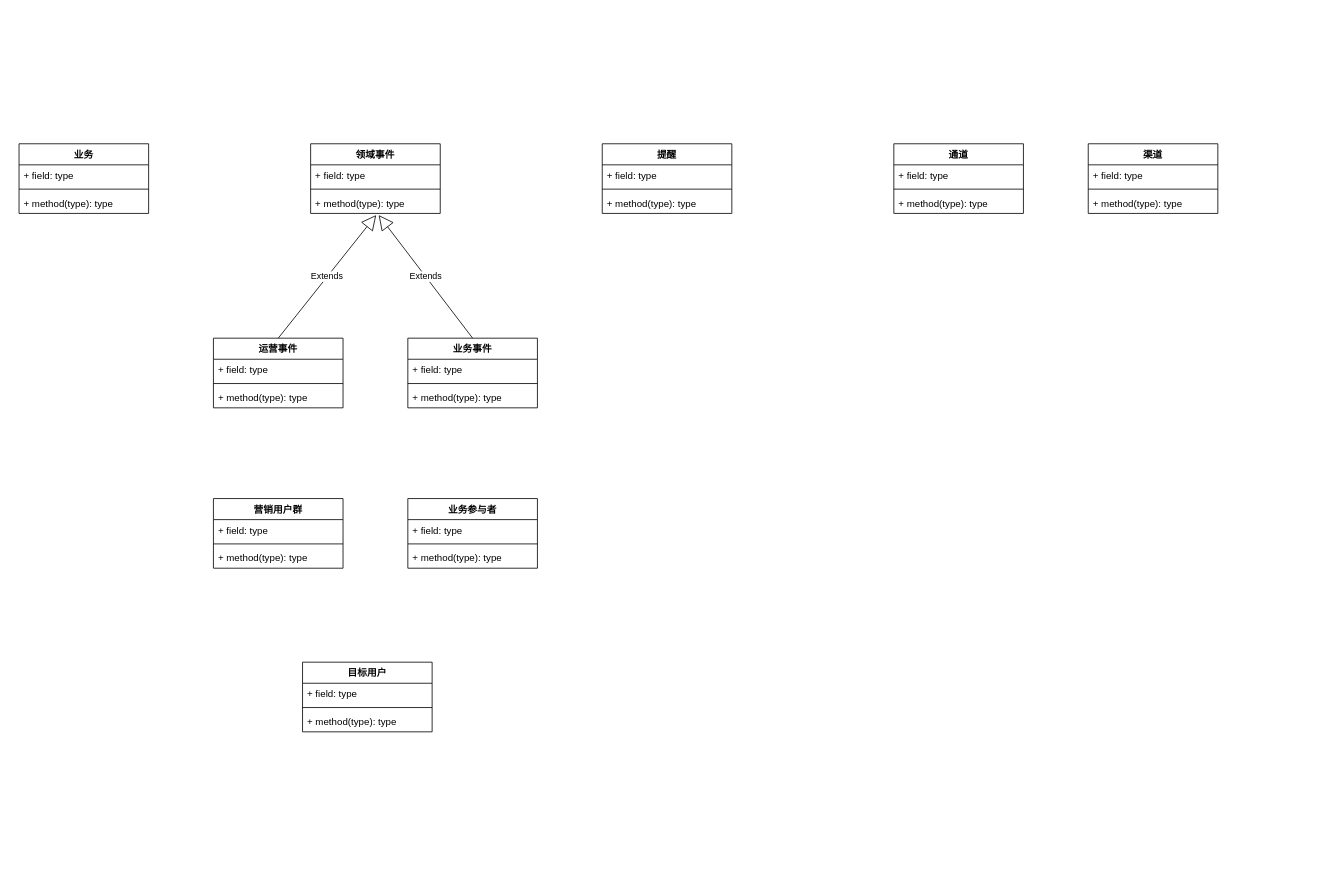
Above: page "Page-2" (2 of 2) of 业务系统/提醒中心.drawio in NonePro/UML (draw.io), before the change. Source tidied: cells renumbered, new cells numbered last; positions are measured from the earlier drawing's top-left corner, leaving out a move shared by most shapes. Both pictures are drawn from the tidied source at 81%, with x=0, y=0 at pixel (19, 143).
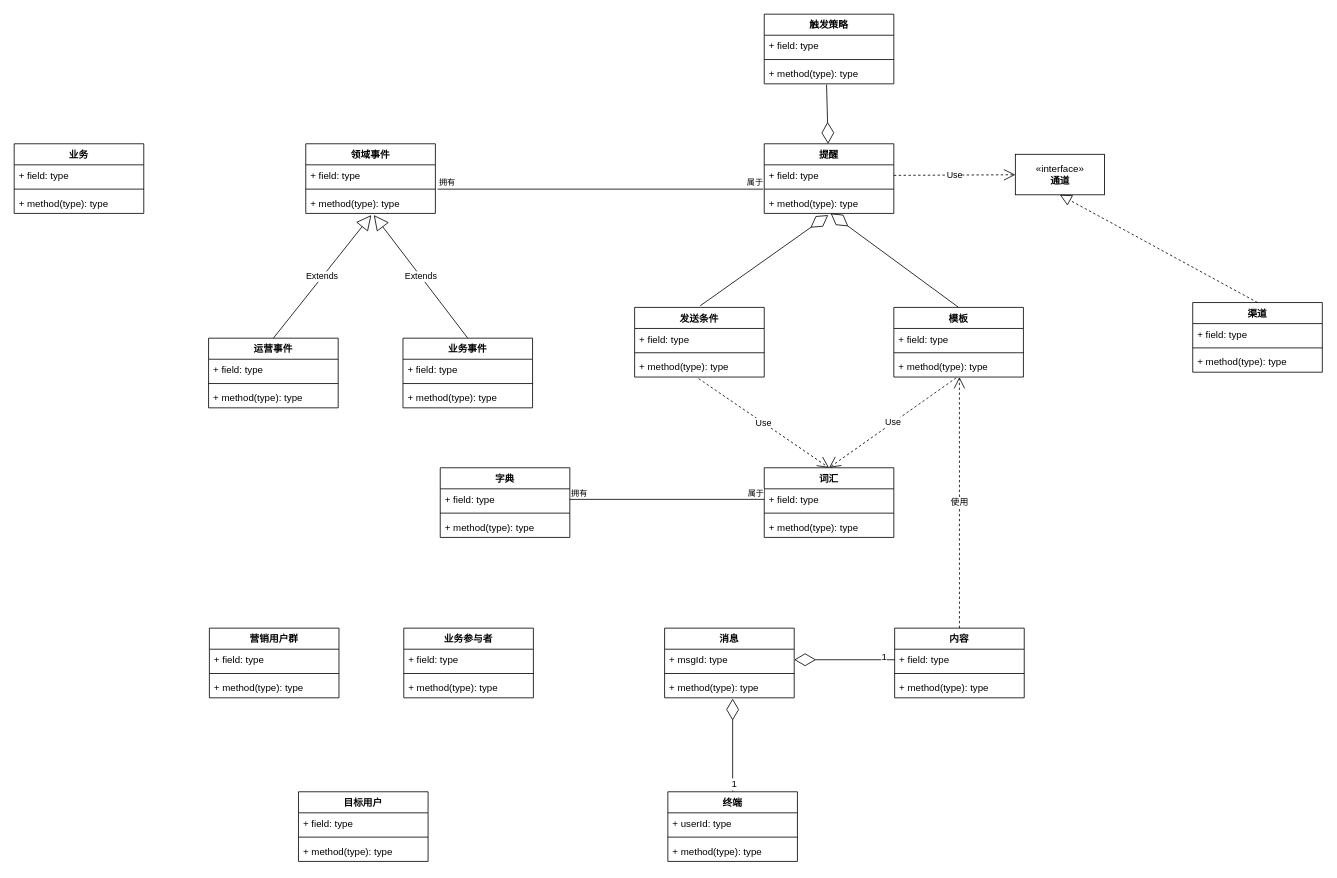
Above is the later version.

Unchanged cells that the change refers to:
```xml
<mxCell id="9" value="+ method(type): type" style="text;strokeColor=none;fillColor=none;align=left;verticalAlign=top;spacingLeft=4;spacingRight=4;overflow=hidden;points=[[0,0.5],[1,0.5]];portConstraint=eastwest;" parent="6" vertex="1">
  <mxGeometry y="60" width="160" height="26" as="geometry" />
</mxCell>
<mxCell id="11" value="+ field: type" style="text;strokeColor=none;fillColor=none;align=left;verticalAlign=top;spacingLeft=4;spacingRight=4;overflow=hidden;points=[[0,0.5],[1,0.5]];portConstraint=eastwest;" parent="10" vertex="1">
  <mxGeometry y="26" width="160" height="26" as="geometry" />
</mxCell>
<mxCell id="12" style="line;strokeWidth=1;fillColor=none;align=left;verticalAlign=middle;spacingTop=-1;spacingLeft=3;spacingRight=3;labelPosition=right;points=[];portConstraint=eastwest;" parent="10" vertex="1">
  <mxGeometry y="52" width="160" height="8" as="geometry" />
</mxCell>
<mxCell id="13" value="+ method(type): type" style="text;strokeColor=none;fillColor=none;align=left;verticalAlign=top;spacingLeft=4;spacingRight=4;overflow=hidden;points=[[0,0.5],[1,0.5]];portConstraint=eastwest;" parent="10" vertex="1">
  <mxGeometry y="60" width="160" height="26" as="geometry" />
</mxCell>
```

Change to the diagram source:
```diff
@@
     <mxCell id="2" value="业务" style="swimlane;fontStyle=1;align=center;verticalAlign=top;horizontal=1;startSize=26;" parent="1" vertex="1">
-      <mxGeometry width="160" height="86" as="geometry" />
+      <mxGeometry x="-6" width="160" height="86" as="geometry" />
     </mxCell>
@@
     <mxCell id="6" value="领域事件" style="swimlane;fontStyle=1;align=center;verticalAlign=top;horizontal=1;startSize=26;" parent="1" vertex="1">
-      <mxGeometry x="360" width="160" height="86" as="geometry" />
+      <mxGeometry x="354" width="160" height="86" as="geometry" />
     </mxCell>
@@
     <mxCell id="10" value="提醒" style="swimlane;fontStyle=1;align=center;verticalAlign=top;horizontal=1;startSize=26;" parent="1" vertex="1">
-      <mxGeometry x="720" width="160" height="86" as="geometry" />
+      <mxGeometry x="920" width="160" height="86" as="geometry" />
     </mxCell>
@@
-    <mxCell id="14" value="通道" style="swimlane;fontStyle=1;align=center;verticalAlign=top;horizontal=1;startSize=26;" parent="1" vertex="1">
-      <mxGeometry x="1080" width="160" height="86" as="geometry" />
-    </mxCell>
-    <mxCell id="15" value="+ field: type" style="text;strokeColor=none;fillColor=none;align=left;verticalAlign=top;spacingLeft=4;spacingRight=4;overflow=hidden;" parent="14" vertex="1">
-      <mxGeometry y="26" width="160" height="26" as="geometry" />
-    </mxCell>
-    <mxCell id="16" style="line;strokeWidth=1;fillColor=none;align=left;verticalAlign=middle;spacingTop=-1;spacingLeft=3;spacingRight=3;labelPosition=right;" parent="14" vertex="1">
-      <mxGeometry y="52" width="160" height="8" as="geometry" />
-    </mxCell>
-    <mxCell id="17" value="+ method(type): type" style="text;strokeColor=none;fillColor=none;align=left;verticalAlign=top;spacingLeft=4;spacingRight=4;overflow=hidden;" parent="14" vertex="1">
-      <mxGeometry y="60" width="160" height="26" as="geometry" />
-    </mxCell>
     <mxCell id="18" value="渠道" style="swimlane;fontStyle=1;align=center;verticalAlign=top;horizontal=1;startSize=26;" parent="1" vertex="1">
-      <mxGeometry x="1320" width="160" height="86" as="geometry" />
+      <mxGeometry x="1449" y="196" width="160" height="86" as="geometry" />
     </mxCell>
@@
     <mxCell id="22" value="运营事件" style="swimlane;fontStyle=1;align=center;verticalAlign=top;horizontal=1;startSize=26;" parent="1" vertex="1">
-      <mxGeometry x="240" y="240" width="160" height="86" as="geometry" />
+      <mxGeometry x="234" y="240" width="160" height="86" as="geometry" />
     </mxCell>
@@
     <mxCell id="27" value="业务事件" style="swimlane;fontStyle=1;align=center;verticalAlign=top;horizontal=1;startSize=26;" parent="1" vertex="1">
-      <mxGeometry x="480" y="240" width="160" height="86" as="geometry" />
+      <mxGeometry x="474" y="240" width="160" height="86" as="geometry" />
     </mxCell>
@@
     <mxCell id="32" value="目标用户" style="swimlane;fontStyle=1;align=center;verticalAlign=top;horizontal=1;startSize=26;" parent="1" vertex="1">
-      <mxGeometry x="350" y="640" width="160" height="86" as="geometry" />
+      <mxGeometry x="345" y="800" width="160" height="86" as="geometry" />
     </mxCell>
@@
     <mxCell id="36" value="营销用户群" style="swimlane;fontStyle=1;align=center;verticalAlign=top;horizontal=1;startSize=26;" parent="1" vertex="1">
-      <mxGeometry x="240" y="438" width="160" height="86" as="geometry" />
+      <mxGeometry x="235" y="598" width="160" height="86" as="geometry" />
     </mxCell>
@@
     <mxCell id="40" value="业务参与者" style="swimlane;fontStyle=1;align=center;verticalAlign=top;horizontal=1;startSize=26;" parent="1" vertex="1">
-      <mxGeometry x="480" y="438" width="160" height="86" as="geometry" />
+      <mxGeometry x="475" y="598" width="160" height="86" as="geometry" />
     </mxCell>
@@
+    <mxCell id="44" style="endArrow=none;html=1;edgeStyle=orthogonalEdgeStyle;exitX=1.017;exitY=-0.154;exitDx=0;exitDy=0;exitPerimeter=0;entryX=-0.008;entryY=0.5;entryDx=0;entryDy=0;entryPerimeter=0;" parent="1" edge="1" source="9" target="12">
+      <mxGeometry relative="1" as="geometry" />
+    </mxCell>
+    <mxCell id="45" value="拥有" style="html=1;align=left;verticalAlign=bottom;labelBackgroundColor=#ffffff;fontSize=10;" parent="44" vertex="1">
+      <mxGeometry x="-1" relative="1" as="geometry" />
+    </mxCell>
+    <mxCell id="46" value="属于" style="html=1;align=right;verticalAlign=bottom;labelBackgroundColor=#ffffff;fontSize=10;" parent="44" vertex="1">
+      <mxGeometry x="1" relative="1" as="geometry" />
+    </mxCell>
+    <mxCell id="47" value="«interface»&lt;br&gt;&lt;b&gt;通道&lt;/b&gt;" style="html=1;" parent="1" vertex="1">
+      <mxGeometry x="1230" y="13" width="110" height="50" as="geometry" />
+    </mxCell>
+    <mxCell id="48" value="Use" style="endArrow=open;endSize=12;dashed=1;html=1;exitX=1;exitY=0.5;exitDx=0;exitDy=0;" parent="1" edge="1" source="11" target="47">
+      <mxGeometry relative="1" as="geometry" />
+    </mxCell>
+    <mxCell id="49" style="endArrow=block;dashed=1;endFill=0;endSize=12;html=1;entryX=0.5;entryY=1;entryDx=0;entryDy=0;exitX=0.5;exitY=0;exitDx=0;exitDy=0;" parent="1" edge="1" source="18" target="47">
+      <mxGeometry relative="1" as="geometry" />
+    </mxCell>
+    <mxCell id="50" value="消息" style="swimlane;fontStyle=1;align=center;verticalAlign=top;horizontal=1;startSize=26;" parent="1" vertex="1">
+      <mxGeometry x="797" y="598" width="160" height="86" as="geometry" />
+    </mxCell>
+    <mxCell id="51" value="+ msgId: type" style="text;strokeColor=none;fillColor=none;align=left;verticalAlign=top;spacingLeft=4;spacingRight=4;overflow=hidden;points=[[0,0.5],[1,0.5]];portConstraint=eastwest;" parent="50" vertex="1">
+      <mxGeometry y="26" width="160" height="26" as="geometry" />
+    </mxCell>
+    <mxCell id="52" style="line;strokeWidth=1;fillColor=none;align=left;verticalAlign=middle;spacingTop=-1;spacingLeft=3;spacingRight=3;labelPosition=right;" parent="50" vertex="1">
+      <mxGeometry y="52" width="160" height="8" as="geometry" />
+    </mxCell>
+    <mxCell id="53" value="+ method(type): type" style="text;strokeColor=none;fillColor=none;align=left;verticalAlign=top;spacingLeft=4;spacingRight=4;overflow=hidden;points=[[0,0.5],[1,0.5]];portConstraint=eastwest;" parent="50" vertex="1">
+      <mxGeometry y="60" width="160" height="26" as="geometry" />
+    </mxCell>
+    <mxCell id="54" value="终端" style="swimlane;fontStyle=1;align=center;verticalAlign=top;horizontal=1;startSize=26;" parent="1" vertex="1">
+      <mxGeometry x="801" y="800" width="160" height="86" as="geometry" />
+    </mxCell>
+    <mxCell id="55" value="+ userId: type" style="text;strokeColor=none;fillColor=none;align=left;verticalAlign=top;spacingLeft=4;spacingRight=4;overflow=hidden;" parent="54" vertex="1">
+      <mxGeometry y="26" width="160" height="26" as="geometry" />
+    </mxCell>
+    <mxCell id="56" style="line;strokeWidth=1;fillColor=none;align=left;verticalAlign=middle;spacingTop=-1;spacingLeft=3;spacingRight=3;labelPosition=right;" parent="54" vertex="1">
+      <mxGeometry y="52" width="160" height="8" as="geometry" />
+    </mxCell>
+    <mxCell id="57" value="+ method(type): type" style="text;strokeColor=none;fillColor=none;align=left;verticalAlign=top;spacingLeft=4;spacingRight=4;overflow=hidden;" parent="54" vertex="1">
+      <mxGeometry y="60" width="160" height="26" as="geometry" />
+    </mxCell>
+    <mxCell id="58" style="endArrow=diamondThin;endFill=0;endSize=24;html=1;entryX=0.525;entryY=1.038;entryDx=0;entryDy=0;entryPerimeter=0;exitX=0.5;exitY=0;exitDx=0;exitDy=0;" parent="1" edge="1" source="54" target="53">
+      <mxGeometry relative="1" as="geometry" />
+    </mxCell>
+    <mxCell id="59" value="1" style="text;html=1;align=center;verticalAlign=middle;labelBackgroundColor=#ffffff;" parent="58" vertex="1">
+      <mxGeometry x="-0.83" y="-1" relative="1" as="geometry" />
+    </mxCell>
+    <mxCell id="60" value="模板" style="swimlane;fontStyle=1;align=center;verticalAlign=top;horizontal=1;startSize=26;" parent="1" vertex="1">
+      <mxGeometry x="1080" y="202" width="160" height="86" as="geometry" />
+    </mxCell>
+    <mxCell id="61" value="+ field: type" style="text;strokeColor=none;fillColor=none;align=left;verticalAlign=top;spacingLeft=4;spacingRight=4;overflow=hidden;" parent="60" vertex="1">
+      <mxGeometry y="26" width="160" height="26" as="geometry" />
+    </mxCell>
+    <mxCell id="62" style="line;strokeWidth=1;fillColor=none;align=left;verticalAlign=middle;spacingTop=-1;spacingLeft=3;spacingRight=3;labelPosition=right;" parent="60" vertex="1">
+      <mxGeometry y="52" width="160" height="8" as="geometry" />
+    </mxCell>
+    <mxCell id="63" value="+ method(type): type" style="text;strokeColor=none;fillColor=none;align=left;verticalAlign=top;spacingLeft=4;spacingRight=4;overflow=hidden;points=[[0,0.5],[1,0.5]];portConstraint=eastwest;" parent="60" vertex="1">
+      <mxGeometry y="60" width="160" height="26" as="geometry" />
+    </mxCell>
+    <mxCell id="64" style="endArrow=diamondThin;endFill=0;endSize=24;html=1;entryX=0.513;entryY=1;entryDx=0;entryDy=0;entryPerimeter=0;exitX=0.5;exitY=0;exitDx=0;exitDy=0;" parent="1" edge="1" source="60" target="13">
+      <mxGeometry relative="1" as="geometry" />
+    </mxCell>
+    <mxCell id="65" value="内容" style="swimlane;fontStyle=1;align=center;verticalAlign=top;horizontal=1;startSize=26;" parent="1" vertex="1">
+      <mxGeometry x="1081" y="598" width="160" height="86" as="geometry" />
+    </mxCell>
+    <mxCell id="66" value="+ field: type" style="text;strokeColor=none;fillColor=none;align=left;verticalAlign=top;spacingLeft=4;spacingRight=4;overflow=hidden;points=[[0,0.5],[1,0.5]];portConstraint=eastwest;" parent="65" vertex="1">
+      <mxGeometry y="26" width="160" height="26" as="geometry" />
+    </mxCell>
+    <mxCell id="67" style="line;strokeWidth=1;fillColor=none;align=left;verticalAlign=middle;spacingTop=-1;spacingLeft=3;spacingRight=3;labelPosition=right;" parent="65" vertex="1">
+      <mxGeometry y="52" width="160" height="8" as="geometry" />
+    </mxCell>
+    <mxCell id="68" value="+ method(type): type" style="text;strokeColor=none;fillColor=none;align=left;verticalAlign=top;spacingLeft=4;spacingRight=4;overflow=hidden;" parent="65" vertex="1">
+      <mxGeometry y="60" width="160" height="26" as="geometry" />
+    </mxCell>
+    <mxCell id="69" value="使用" style="endArrow=open;endSize=12;dashed=1;html=1;entryX=0.506;entryY=1;entryDx=0;entryDy=0;entryPerimeter=0;" parent="1" edge="1" source="65" target="63">
+      <mxGeometry relative="1" as="geometry" />
+    </mxCell>
+    <mxCell id="70" style="endArrow=diamondThin;endFill=0;endSize=24;html=1;entryX=1;entryY=0.5;entryDx=0;entryDy=0;exitX=0;exitY=0.5;exitDx=0;exitDy=0;" parent="1" edge="1" source="66" target="51">
+      <mxGeometry relative="1" as="geometry" />
+    </mxCell>
+    <mxCell id="71" value="1" style="text;html=1;align=center;verticalAlign=middle;labelBackgroundColor=#ffffff;" parent="70" vertex="1">
+      <mxGeometry x="-0.78" y="-4" relative="1" as="geometry" />
+    </mxCell>
+    <mxCell id="72" value="触发策略" style="swimlane;fontStyle=1;align=center;verticalAlign=top;horizontal=1;startSize=26;" parent="1" vertex="1">
+      <mxGeometry x="920" y="-160" width="160" height="86" as="geometry" />
+    </mxCell>
+    <mxCell id="73" value="+ field: type" style="text;strokeColor=none;fillColor=none;align=left;verticalAlign=top;spacingLeft=4;spacingRight=4;overflow=hidden;" parent="72" vertex="1">
+      <mxGeometry y="26" width="160" height="26" as="geometry" />
+    </mxCell>
+    <mxCell id="74" style="line;strokeWidth=1;fillColor=none;align=left;verticalAlign=middle;spacingTop=-1;spacingLeft=3;spacingRight=3;labelPosition=right;" parent="72" vertex="1">
+      <mxGeometry y="52" width="160" height="8" as="geometry" />
+    </mxCell>
+    <mxCell id="75" value="+ method(type): type" style="text;strokeColor=none;fillColor=none;align=left;verticalAlign=top;spacingLeft=4;spacingRight=4;overflow=hidden;points=[[0,0.5],[1,0.5]];portConstraint=eastwest;" parent="72" vertex="1">
+      <mxGeometry y="60" width="160" height="26" as="geometry" />
+    </mxCell>
+    <mxCell id="76" style="endArrow=diamondThin;endFill=0;endSize=24;html=1;exitX=0.481;exitY=1.038;exitDx=0;exitDy=0;exitPerimeter=0;" parent="1" edge="1" source="75" target="10">
+      <mxGeometry relative="1" as="geometry" />
+    </mxCell>
+    <mxCell id="77" value="发送条件" style="swimlane;fontStyle=1;align=center;verticalAlign=top;horizontal=1;startSize=26;" parent="1" vertex="1">
+      <mxGeometry x="760" y="202" width="160" height="86" as="geometry" />
+    </mxCell>
+    <mxCell id="78" value="+ field: type" style="text;strokeColor=none;fillColor=none;align=left;verticalAlign=top;spacingLeft=4;spacingRight=4;overflow=hidden;" parent="77" vertex="1">
+      <mxGeometry y="26" width="160" height="26" as="geometry" />
+    </mxCell>
+    <mxCell id="79" style="line;strokeWidth=1;fillColor=none;align=left;verticalAlign=middle;spacingTop=-1;spacingLeft=3;spacingRight=3;labelPosition=right;" parent="77" vertex="1">
+      <mxGeometry y="52" width="160" height="8" as="geometry" />
+    </mxCell>
+    <mxCell id="80" value="+ method(type): type" style="text;strokeColor=none;fillColor=none;align=left;verticalAlign=top;spacingLeft=4;spacingRight=4;overflow=hidden;points=[[0,0.5],[1,0.5]];portConstraint=eastwest;" parent="77" vertex="1">
+      <mxGeometry y="60" width="160" height="26" as="geometry" />
+    </mxCell>
+    <mxCell id="81" style="endArrow=diamondThin;endFill=0;endSize=24;html=1;entryX=0.494;entryY=1.077;entryDx=0;entryDy=0;entryPerimeter=0;" parent="1" edge="1" target="13">
+      <mxGeometry relative="1" as="geometry">
+        <mxPoint x="841" y="200" as="sourcePoint" />
+      </mxGeometry>
+    </mxCell>
+    <mxCell id="82" value="字典" style="swimlane;fontStyle=1;align=center;verticalAlign=top;horizontal=1;startSize=26;" parent="1" vertex="1">
+      <mxGeometry x="520" y="400" width="160" height="86" as="geometry" />
+    </mxCell>
+    <mxCell id="83" value="+ field: type" style="text;strokeColor=none;fillColor=none;align=left;verticalAlign=top;spacingLeft=4;spacingRight=4;overflow=hidden;points=[[0,0.5],[1,0.5]];portConstraint=eastwest;" parent="82" vertex="1">
+      <mxGeometry y="26" width="160" height="26" as="geometry" />
+    </mxCell>
+    <mxCell id="84" style="line;strokeWidth=1;fillColor=none;align=left;verticalAlign=middle;spacingTop=-1;spacingLeft=3;spacingRight=3;labelPosition=right;" parent="82" vertex="1">
+      <mxGeometry y="52" width="160" height="8" as="geometry" />
+    </mxCell>
+    <mxCell id="85" value="+ method(type): type" style="text;strokeColor=none;fillColor=none;align=left;verticalAlign=top;spacingLeft=4;spacingRight=4;overflow=hidden;" parent="82" vertex="1">
+      <mxGeometry y="60" width="160" height="26" as="geometry" />
+    </mxCell>
+    <mxCell id="86" value="词汇" style="swimlane;fontStyle=1;align=center;verticalAlign=top;horizontal=1;startSize=26;" parent="1" vertex="1">
+      <mxGeometry x="920" y="400" width="160" height="86" as="geometry" />
+    </mxCell>
+    <mxCell id="87" value="+ field: type" style="text;strokeColor=none;fillColor=none;align=left;verticalAlign=top;spacingLeft=4;spacingRight=4;overflow=hidden;points=[[0,0.5],[1,0.5]];portConstraint=eastwest;" parent="86" vertex="1">
+      <mxGeometry y="26" width="160" height="26" as="geometry" />
+    </mxCell>
+    <mxCell id="88" style="line;strokeWidth=1;fillColor=none;align=left;verticalAlign=middle;spacingTop=-1;spacingLeft=3;spacingRight=3;labelPosition=right;" parent="86" vertex="1">
+      <mxGeometry y="52" width="160" height="8" as="geometry" />
+    </mxCell>
+    <mxCell id="89" value="+ method(type): type" style="text;strokeColor=none;fillColor=none;align=left;verticalAlign=top;spacingLeft=4;spacingRight=4;overflow=hidden;" parent="86" vertex="1">
+      <mxGeometry y="60" width="160" height="26" as="geometry" />
+    </mxCell>
+    <mxCell id="90" style="endArrow=none;html=1;edgeStyle=orthogonalEdgeStyle;exitX=1;exitY=0.5;exitDx=0;exitDy=0;entryX=0;entryY=0.5;entryDx=0;entryDy=0;" parent="1" edge="1" source="83" target="87">
+      <mxGeometry relative="1" as="geometry" />
+    </mxCell>
+    <mxCell id="91" value="拥有" style="html=1;align=left;verticalAlign=bottom;labelBackgroundColor=#ffffff;fontSize=10;" parent="90" vertex="1">
+      <mxGeometry x="-1" relative="1" as="geometry" />
+    </mxCell>
+    <mxCell id="92" value="属于" style="html=1;align=right;verticalAlign=bottom;labelBackgroundColor=#ffffff;fontSize=10;" parent="90" vertex="1">
+      <mxGeometry x="1" relative="1" as="geometry" />
+    </mxCell>
+    <mxCell id="93" value="Use" style="endArrow=open;endSize=12;dashed=1;html=1;exitX=0.494;exitY=1.077;exitDx=0;exitDy=0;exitPerimeter=0;entryX=0.5;entryY=0;entryDx=0;entryDy=0;" parent="1" edge="1" source="80" target="86">
+      <mxGeometry relative="1" as="geometry" />
+    </mxCell>
+    <mxCell id="94" value="Use" style="endArrow=open;endSize=12;dashed=1;html=1;exitX=0.481;exitY=1.038;exitDx=0;exitDy=0;exitPerimeter=0;entryX=0.5;entryY=0;entryDx=0;entryDy=0;" parent="1" edge="1" source="63" target="86">
+      <mxGeometry relative="1" as="geometry" />
+    </mxCell>
```
